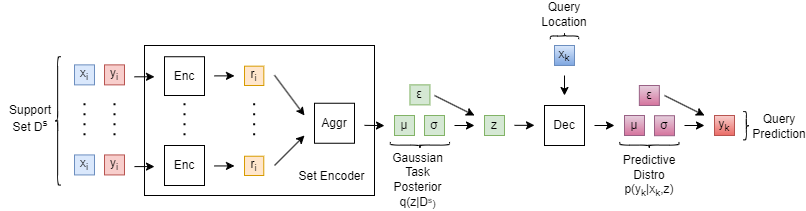
ChickNCurry/dvi-for-bml keeps this draw.io diagram as assets/diagrams/exports/neural-process.png. Above is the earlier version. Source tidied: cells renumbered, new cells last; positions are measured from the earlier drawing's top-left corner, leaving out a move shared by most shapes.
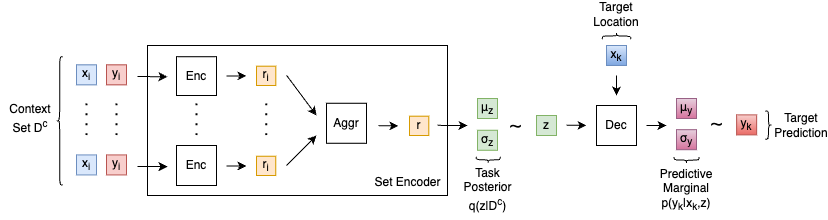
After the change.

What changed in the source:
```diff
@@ -3,193 +3,178 @@
     <mxCell id="0" />
     <mxCell id="1" parent="0" />
     <mxCell id="2" style="rounded=0;whiteSpace=wrap;html=1;" parent="1" vertex="1">
-      <mxGeometry x="144" y="40" width="230" height="150" as="geometry" />
+      <mxGeometry x="74" y="40" width="300" height="150" as="geometry" />
     </mxCell>
     <mxCell id="3" value="&lt;font color=&quot;#000000&quot;&gt;x&lt;sub&gt;i&lt;/sub&gt;&lt;/font&gt;" style="whiteSpace=wrap;html=1;fillColor=#dae8fc;strokeColor=#6c8ebf;" parent="1" vertex="1">
-      <mxGeometry x="74" y="59.4" width="20" height="20" as="geometry" />
+      <mxGeometry x="3" y="59.4" width="20" height="20" as="geometry" />
     </mxCell>
     <mxCell id="4" value="&lt;font color=&quot;#000000&quot;&gt;y&lt;sub&gt;i&lt;/sub&gt;&lt;/font&gt;" style="whiteSpace=wrap;html=1;fillColor=#f8cecc;strokeColor=#b85450;" parent="1" vertex="1">
-      <mxGeometry x="104" y="59.4" width="20" height="20" as="geometry" />
+      <mxGeometry x="33" y="59.4" width="20" height="20" as="geometry" />
     </mxCell>
     <mxCell id="5" value="&lt;font color=&quot;#000000&quot;&gt;x&lt;sub&gt;i&lt;/sub&gt;&lt;/font&gt;" style="whiteSpace=wrap;html=1;fillColor=#dae8fc;strokeColor=#6c8ebf;" parent="1" vertex="1">
-      <mxGeometry x="74" y="149.4" width="20" height="20" as="geometry" />
+      <mxGeometry x="3" y="149.4" width="20" height="20" as="geometry" />
     </mxCell>
     <mxCell id="6" value="&lt;font color=&quot;#000000&quot;&gt;y&lt;sub&gt;i&lt;/sub&gt;&lt;/font&gt;" style="whiteSpace=wrap;html=1;fillColor=#f8cecc;strokeColor=#b85450;" parent="1" vertex="1">
-      <mxGeometry x="104" y="149.4" width="20" height="20" as="geometry" />
+      <mxGeometry x="33" y="149.4" width="20" height="20" as="geometry" />
     </mxCell>
     <mxCell id="7" style="line;strokeWidth=2;direction=south;html=1;dashed=1;dashPattern=1 4;" parent="1" vertex="1">
-      <mxGeometry x="109" y="97.8" width="10" height="36" as="geometry" />
+      <mxGeometry x="38" y="97.8" width="10" height="36" as="geometry" />
     </mxCell>
     <mxCell id="8" style="endArrow=classic;html=1;" parent="1" edge="1">
       <mxGeometry relative="1" as="geometry">
-        <mxPoint x="134" y="71.3" as="sourcePoint" />
-        <mxPoint x="154" y="71.3" as="targetPoint" />
+        <mxPoint x="64" y="71" as="sourcePoint" />
+        <mxPoint x="94" y="71.3" as="targetPoint" />
       </mxGeometry>
     </mxCell>
     <mxCell id="9" style="endArrow=classic;html=1;" parent="1" edge="1">
       <mxGeometry relative="1" as="geometry">
-        <mxPoint x="134" y="161.1" as="sourcePoint" />
-        <mxPoint x="154" y="161.1" as="targetPoint" />
+        <mxPoint x="64" y="161" as="sourcePoint" />
+        <mxPoint x="94" y="161.1" as="targetPoint" />
       </mxGeometry>
     </mxCell>
     <mxCell id="10" style="endArrow=classic;html=1;" parent="1" edge="1">
       <mxGeometry relative="1" as="geometry">
-        <mxPoint x="214" y="70.4" as="sourcePoint" />
-        <mxPoint x="234" y="70.4" as="targetPoint" />
+        <mxPoint x="153" y="70.4" as="sourcePoint" />
+        <mxPoint x="173" y="70.4" as="targetPoint" />
       </mxGeometry>
     </mxCell>
     <mxCell id="11" style="endArrow=classic;html=1;" parent="1" edge="1">
       <mxGeometry relative="1" as="geometry">
-        <mxPoint x="214" y="160.4" as="sourcePoint" />
-        <mxPoint x="234" y="160.4" as="targetPoint" />
+        <mxPoint x="153" y="160.4" as="sourcePoint" />
+        <mxPoint x="173" y="160.4" as="targetPoint" />
       </mxGeometry>
     </mxCell>
     <mxCell id="12" value="&lt;font color=&quot;#000000&quot;&gt;r&lt;sub&gt;i&lt;/sub&gt;&lt;/font&gt;" style="whiteSpace=wrap;html=1;fillColor=#ffe6cc;strokeColor=#d79b00;" parent="1" vertex="1">
-      <mxGeometry x="244" y="60.7" width="19.3" height="19.3" as="geometry" />
+      <mxGeometry x="183" y="60.7" width="19.3" height="19.3" as="geometry" />
     </mxCell>
     <mxCell id="13" value="&lt;font color=&quot;#000000&quot;&gt;r&lt;sub&gt;i&lt;/sub&gt;&lt;/font&gt;" style="whiteSpace=wrap;html=1;fillColor=#ffe6cc;strokeColor=#d79b00;" parent="1" vertex="1">
-      <mxGeometry x="244" y="150.7" width="19.3" height="19.3" as="geometry" />
+      <mxGeometry x="183" y="150.7" width="19.3" height="19.3" as="geometry" />
     </mxCell>
     <mxCell id="14" style="line;strokeWidth=2;direction=south;html=1;dashed=1;dashPattern=1 4;" parent="1" vertex="1">
-      <mxGeometry x="179" y="97.8" width="10" height="36" as="geometry" />
+      <mxGeometry x="118" y="97.8" width="10" height="36" as="geometry" />
     </mxCell>
     <mxCell id="15" style="line;strokeWidth=2;direction=south;html=1;dashed=1;dashPattern=1 4;" parent="1" vertex="1">
-      <mxGeometry x="248.6" y="97.8" width="10" height="36" as="geometry" />
+      <mxGeometry x="187.6" y="97.8" width="10" height="36" as="geometry" />
     </mxCell>
     <mxCell id="16" style="endArrow=classic;html=1;" parent="1" edge="1">
       <mxGeometry relative="1" as="geometry">
-        <mxPoint x="274" y="69.7" as="sourcePoint" />
-        <mxPoint x="304" y="110" as="targetPoint" />
+        <mxPoint x="213" y="69.7" as="sourcePoint" />
+        <mxPoint x="243" y="110" as="targetPoint" />
       </mxGeometry>
     </mxCell>
     <mxCell id="17" style="endArrow=classic;html=1;" parent="1" edge="1">
       <mxGeometry relative="1" as="geometry">
-        <mxPoint x="274" y="160" as="sourcePoint" />
-        <mxPoint x="304" y="130" as="targetPoint" />
+        <mxPoint x="213" y="160" as="sourcePoint" />
+        <mxPoint x="243" y="130" as="targetPoint" />
       </mxGeometry>
     </mxCell>
     <mxCell id="18" value="Enc" style="rounded=0;whiteSpace=wrap;html=1;" parent="1" vertex="1">
-      <mxGeometry x="164" y="51.2" width="40" height="38.8" as="geometry" />
+      <mxGeometry x="103" y="51.2" width="40" height="38.8" as="geometry" />
     </mxCell>
     <mxCell id="19" value="Enc" style="rounded=0;whiteSpace=wrap;html=1;" parent="1" vertex="1">
-      <mxGeometry x="164" y="140" width="40" height="40" as="geometry" />
+      <mxGeometry x="103" y="140" width="40" height="40" as="geometry" />
     </mxCell>
     <mxCell id="20" value="Aggr" style="rounded=0;whiteSpace=wrap;html=1;" parent="1" vertex="1">
-      <mxGeometry x="314" y="97.8" width="40" height="40" as="geometry" />
+      <mxGeometry x="253" y="97.8" width="40" height="40" as="geometry" />
     </mxCell>
-    <mxCell id="21" value="μ" style="whiteSpace=wrap;html=1;fillColor=#d5e8d4;strokeColor=#82b366;fontColor=#000000;" parent="1" vertex="1">
-      <mxGeometry x="394" y="110" width="20" height="20" as="geometry" />
+    <mxCell id="21" value="μ&lt;sub&gt;z&lt;/sub&gt;" style="whiteSpace=wrap;html=1;fillColor=#d5e8d4;strokeColor=#82b366;fontColor=#000000;" parent="1" vertex="1">
+      <mxGeometry x="404" y="93" width="20" height="20" as="geometry" />
     </mxCell>
-    <mxCell id="22" value="σ" style="whiteSpace=wrap;html=1;fillColor=#d5e8d4;strokeColor=#82b366;fontColor=#000000;" parent="1" vertex="1">
-      <mxGeometry x="424" y="110" width="20" height="20" as="geometry" />
+    <mxCell id="22" value="σ&lt;sub&gt;z&lt;/sub&gt;" style="whiteSpace=wrap;html=1;fillColor=#d5e8d4;strokeColor=#82b366;fontColor=#000000;" parent="1" vertex="1">
+      <mxGeometry x="404" y="124.8" width="20" height="20" as="geometry" />
     </mxCell>
     <mxCell id="23" style="endArrow=classic;html=1;" parent="1" edge="1">
       <mxGeometry relative="1" as="geometry">
         <mxPoint x="364" y="119.9" as="sourcePoint" />
-        <mxPoint x="384" y="120.1" as="targetPoint" />
+        <mxPoint x="394" y="120" as="targetPoint" />
       </mxGeometry>
     </mxCell>
-    <mxCell id="24" style="endArrow=classic;html=1;" parent="1" edge="1">
-      <mxGeometry relative="1" as="geometry">
-        <mxPoint x="454" y="120" as="sourcePoint" />
-        <mxPoint x="474" y="120" as="targetPoint" />
-      </mxGeometry>
-    </mxCell>
     <mxCell id="25" value="&lt;font color=&quot;#000000&quot;&gt;z&lt;/font&gt;" style="whiteSpace=wrap;html=1;fillColor=#d5e8d4;strokeColor=#82b366;" parent="1" vertex="1">
-      <mxGeometry x="484" y="110" width="20" height="20" as="geometry" />
+      <mxGeometry x="463" y="110" width="20" height="20" as="geometry" />
     </mxCell>
-    <mxCell id="26" value="ε" style="whiteSpace=wrap;html=1;fillColor=#d5e8d4;strokeColor=#82b366;fontColor=#000000;" parent="1" vertex="1">
-      <mxGeometry x="409.4" y="79.4" width="20" height="20" as="geometry" />
-    </mxCell>
     <mxCell id="27" value="Set Encoder" style="text;html=1;strokeColor=none;fillColor=none;align=center;verticalAlign=middle;whiteSpace=wrap;rounded=0;" parent="1" vertex="1">
-      <mxGeometry x="294" y="160" width="75" height="22.1" as="geometry" />
+      <mxGeometry x="297" y="165.9" width="75" height="22.1" as="geometry" />
     </mxCell>
     <mxCell id="28" style="line;strokeWidth=2;direction=south;html=1;dashed=1;dashPattern=1 4;" parent="1" vertex="1">
-      <mxGeometry x="79" y="97.8" width="10" height="36" as="geometry" />
+      <mxGeometry x="8" y="97.8" width="10" height="36" as="geometry" />
     </mxCell>
     <mxCell id="29" style="endArrow=classic;html=1;" parent="1" edge="1">
       <mxGeometry relative="1" as="geometry">
-        <mxPoint x="514" y="119.8" as="sourcePoint" />
-        <mxPoint x="534" y="119.8" as="targetPoint" />
+        <mxPoint x="493" y="119.8" as="sourcePoint" />
+        <mxPoint x="513" y="119.8" as="targetPoint" />
       </mxGeometry>
     </mxCell>
     <mxCell id="30" style="endArrow=classic;html=1;" parent="1" edge="1">
       <mxGeometry relative="1" as="geometry">
-        <mxPoint x="564" y="70" as="sourcePoint" />
-        <mxPoint x="564" y="90" as="targetPoint" />
+        <mxPoint x="543" y="70" as="sourcePoint" />
+        <mxPoint x="543" y="90" as="targetPoint" />
       </mxGeometry>
     </mxCell>
     <mxCell id="31" value="&lt;font color=&quot;#000000&quot;&gt;x&lt;sub&gt;k&lt;/sub&gt;&lt;/font&gt;" style="whiteSpace=wrap;html=1;fillColor=#dae8fc;strokeColor=#6c8ebf;gradientColor=#7ea6e0;" parent="1" vertex="1">
-      <mxGeometry x="554" y="40" width="20" height="20" as="geometry" />
+      <mxGeometry x="533" y="40" width="20" height="20" as="geometry" />
     </mxCell>
     <mxCell id="32" value="Dec" style="rounded=0;whiteSpace=wrap;html=1;" parent="1" vertex="1">
-      <mxGeometry x="544" y="100" width="40" height="40" as="geometry" />
+      <mxGeometry x="523" y="100" width="40" height="40" as="geometry" />
     </mxCell>
-    <mxCell id="33" value="μ" style="whiteSpace=wrap;html=1;fillColor=#e6d0de;strokeColor=#996185;gradientColor=#d5739d;fontColor=#000000;" parent="1" vertex="1">
-      <mxGeometry x="624" y="110" width="20" height="20" as="geometry" />
+    <mxCell id="33" value="μ&lt;sub&gt;y&lt;/sub&gt;" style="whiteSpace=wrap;html=1;fillColor=#e6d0de;strokeColor=#996185;gradientColor=#d5739d;fontColor=#000000;" parent="1" vertex="1">
+      <mxGeometry x="603" y="93" width="20" height="20" as="geometry" />
     </mxCell>
-    <mxCell id="34" value="σ" style="whiteSpace=wrap;html=1;fillColor=#e6d0de;strokeColor=#996185;gradientColor=#d5739d;fontColor=#000000;" parent="1" vertex="1">
-      <mxGeometry x="654" y="110.2" width="20" height="20" as="geometry" />
+    <mxCell id="34" value="σ&lt;sub&gt;y&lt;/sub&gt;" style="whiteSpace=wrap;html=1;fillColor=#e6d0de;strokeColor=#996185;gradientColor=#d5739d;fontColor=#000000;" parent="1" vertex="1">
+      <mxGeometry x="603" y="124.2" width="20" height="20" as="geometry" />
     </mxCell>
     <mxCell id="35" style="endArrow=classic;html=1;" parent="1" edge="1">
       <mxGeometry relative="1" as="geometry">
-        <mxPoint x="594" y="120" as="sourcePoint" />
-        <mxPoint x="614" y="120" as="targetPoint" />
+        <mxPoint x="573" y="120" as="sourcePoint" />
+        <mxPoint x="593" y="120" as="targetPoint" />
       </mxGeometry>
     </mxCell>
-    <mxCell id="36" style="endArrow=classic;html=1;" parent="1" edge="1">
-      <mxGeometry relative="1" as="geometry">
-        <mxPoint x="664" y="90" as="sourcePoint" />
-        <mxPoint x="704" y="110" as="targetPoint" />
-      </mxGeometry>
-    </mxCell>
-    <mxCell id="37" style="endArrow=classic;html=1;" parent="1" edge="1">
-      <mxGeometry relative="1" as="geometry">
-        <mxPoint x="684" y="120" as="sourcePoint" />
-        <mxPoint x="704" y="120" as="targetPoint" />
-      </mxGeometry>
-    </mxCell>
     <mxCell id="38" value="&lt;font color=&quot;#000000&quot;&gt;y&lt;sub&gt;k&lt;/sub&gt;&lt;/font&gt;" style="whiteSpace=wrap;html=1;fillColor=#f8cecc;strokeColor=#b85450;gradientColor=#ea6b66;" parent="1" vertex="1">
-      <mxGeometry x="714" y="110" width="20" height="20" as="geometry" />
+      <mxGeometry x="663.1" y="109.4" width="20" height="20" as="geometry" />
     </mxCell>
-    <mxCell id="39" value="ε" style="whiteSpace=wrap;html=1;fillColor=#e6d0de;strokeColor=#996185;gradientColor=#d5739d;fontColor=#000000;" parent="1" vertex="1">
-      <mxGeometry x="638.9" y="80" width="20" height="20" as="geometry" />
-    </mxCell>
     <mxCell id="40" style="shape=curlyBracket;whiteSpace=wrap;html=1;rounded=1;labelPosition=left;verticalLabelPosition=middle;align=right;verticalAlign=middle;fontColor=#000000;rotation=0;" parent="1" vertex="1">
-      <mxGeometry x="54" y="51.2" width="6.3" height="128.3" as="geometry" />
+      <mxGeometry x="-17" y="51.2" width="6.3" height="128.3" as="geometry" />
     </mxCell>
-    <mxCell id="41" value="Support Set D&lt;sup&gt;s&lt;/sup&gt;" style="text;html=1;strokeColor=none;fillColor=none;align=center;verticalAlign=middle;whiteSpace=wrap;rounded=0;fontColor=#000000;" parent="1" vertex="1">
-      <mxGeometry x="0.3" y="97.8" width="60" height="30" as="geometry" />
+    <mxCell id="41" value="&lt;font style=&quot;font-size: 12px;&quot;&gt;Context Set D&lt;sup style=&quot;&quot;&gt;c&lt;/sup&gt;&lt;/font&gt;" style="text;html=1;strokeColor=none;fillColor=none;align=center;verticalAlign=middle;whiteSpace=wrap;rounded=0;fontColor=#000000;" parent="1" vertex="1">
+      <mxGeometry x="-72.7" y="97.8" width="60" height="30" as="geometry" />
     </mxCell>
     <mxCell id="42" style="shape=curlyBracket;whiteSpace=wrap;html=1;rounded=1;labelPosition=left;verticalLabelPosition=middle;align=right;verticalAlign=middle;fontColor=#000000;rotation=90;" parent="1" vertex="1">
-      <mxGeometry x="560.9" y="16.3" width="6.3" height="28.3" as="geometry" />
+      <mxGeometry x="539.9" y="16.3" width="6.3" height="28.3" as="geometry" />
     </mxCell>
-    <mxCell id="43" value="Query Location" style="text;html=1;strokeColor=none;fillColor=none;align=center;verticalAlign=middle;whiteSpace=wrap;rounded=0;fontColor=#000000;" parent="1" vertex="1">
-      <mxGeometry x="544" width="40" height="18.3" as="geometry" />
+    <mxCell id="43" value="Target Location" style="text;html=1;strokeColor=none;fillColor=none;align=center;verticalAlign=middle;whiteSpace=wrap;rounded=0;fontColor=#000000;" parent="1" vertex="1">
+      <mxGeometry x="523" width="40" height="18.3" as="geometry" />
     </mxCell>
     <mxCell id="44" style="shape=curlyBracket;whiteSpace=wrap;html=1;rounded=1;labelPosition=left;verticalLabelPosition=middle;align=right;verticalAlign=middle;fontColor=#000000;rotation=-90;" parent="1" vertex="1">
-      <mxGeometry x="416.3" y="110" width="6.3" height="59.2" as="geometry" />
+      <mxGeometry x="411.6" y="142.4" width="6.3" height="24" as="geometry" />
     </mxCell>
-    <mxCell id="45" value="Gaussian Task Posterior q(z|D&lt;span style=&quot;font-size: 10px;&quot;&gt;&lt;sup&gt;s&lt;/sup&gt;)&lt;/span&gt;" style="text;html=1;strokeColor=none;fillColor=none;align=center;verticalAlign=middle;whiteSpace=wrap;rounded=0;fontColor=#000000;" parent="1" vertex="1">
-      <mxGeometry x="381" y="144.5" width="73" height="60" as="geometry" />
+    <mxCell id="45" value="&lt;font style=&quot;font-size: 12px;&quot;&gt;Task Posterior q(z|D&lt;sup&gt;c&lt;/sup&gt;)&lt;/font&gt;" style="text;html=1;strokeColor=none;fillColor=none;align=center;verticalAlign=middle;whiteSpace=wrap;rounded=0;fontColor=#000000;" parent="1" vertex="1">
+      <mxGeometry x="378.3" y="153.7" width="73" height="60" as="geometry" />
     </mxCell>
-    <mxCell id="46" style="endArrow=classic;html=1;" parent="1" edge="1">
-      <mxGeometry relative="1" as="geometry">
-        <mxPoint x="434" y="90" as="sourcePoint" />
-        <mxPoint x="474" y="110" as="targetPoint" />
-      </mxGeometry>
-    </mxCell>
     <mxCell id="47" style="shape=curlyBracket;whiteSpace=wrap;html=1;rounded=1;labelPosition=left;verticalLabelPosition=middle;align=right;verticalAlign=middle;fontColor=#000000;rotation=-90;" parent="1" vertex="1">
-      <mxGeometry x="645.7" y="110" width="6.3" height="59.2" as="geometry" />
+      <mxGeometry x="609.9" y="142.1" width="6.3" height="25" as="geometry" />
     </mxCell>
-    <mxCell id="48" value="Predictive Distro p(y&lt;sub&gt;k&lt;/sub&gt;&lt;span style=&quot;font-size: 12px;&quot;&gt;|x&lt;sub&gt;k&lt;/sub&gt;,z)&lt;/span&gt;" style="text;html=1;strokeColor=none;fillColor=none;align=center;verticalAlign=middle;whiteSpace=wrap;rounded=0;fontColor=#000000;fontSize=12;" parent="1" vertex="1">
-      <mxGeometry x="618.9" y="148.3" width="60" height="45.6" as="geometry" />
+    <mxCell id="48" value="&lt;font style=&quot;font-size: 12px;&quot;&gt;Predictive Marginal p(y&lt;sub&gt;k&lt;/sub&gt;|x&lt;sub style=&quot;&quot;&gt;k&lt;/sub&gt;,z)&lt;/font&gt;" style="text;html=1;strokeColor=none;fillColor=none;align=center;verticalAlign=middle;whiteSpace=wrap;rounded=0;fontColor=#000000;fontSize=12;" parent="1" vertex="1">
+      <mxGeometry x="583" y="161" width="60" height="45.6" as="geometry" />
     </mxCell>
     <mxCell id="49" style="shape=curlyBracket;whiteSpace=wrap;html=1;rounded=1;labelPosition=left;verticalLabelPosition=middle;align=right;verticalAlign=middle;fontColor=#000000;rotation=-180;" parent="1" vertex="1">
-      <mxGeometry x="742.7" y="106.1" width="6.3" height="28.3" as="geometry" />
+      <mxGeometry x="691.9" y="105.4" width="6.3" height="28.3" as="geometry" />
     </mxCell>
-    <mxCell id="50" value="Query Prediction" style="text;html=1;strokeColor=none;fillColor=none;align=center;verticalAlign=middle;whiteSpace=wrap;rounded=0;fontColor=#000000;" parent="1" vertex="1">
-      <mxGeometry x="754" y="111.7" width="50" height="18.3" as="geometry" />
+    <mxCell id="50" value="Target Prediction" style="text;html=1;strokeColor=none;fillColor=none;align=center;verticalAlign=middle;whiteSpace=wrap;rounded=0;fontColor=#000000;" parent="1" vertex="1">
+      <mxGeometry x="703.1" y="111.3" width="50" height="18.3" as="geometry" />
     </mxCell>
+    <mxCell id="51" value="&lt;font color=&quot;#000000&quot;&gt;r&lt;/font&gt;" style="whiteSpace=wrap;html=1;fillColor=#ffe6cc;strokeColor=#d79b00;" parent="1" vertex="1">
+      <mxGeometry x="336" y="110.7" width="19.3" height="19.3" as="geometry" />
+    </mxCell>
+    <mxCell id="52" style="endArrow=classic;html=1;" parent="1" edge="1">
+      <mxGeometry relative="1" as="geometry">
+        <mxPoint x="305" y="120.3" as="sourcePoint" />
+        <mxPoint x="325" y="120.3" as="targetPoint" />
+      </mxGeometry>
+    </mxCell>
+    <mxCell id="53" value="&lt;font style=&quot;font-size: 25px;&quot;&gt;∼&lt;/font&gt;" style="text;html=1;strokeColor=none;fillColor=none;align=center;verticalAlign=middle;whiteSpace=wrap;rounded=0;fontSize=12;" parent="1" vertex="1">
+      <mxGeometry x="425.4" y="112" width="34.6" height="10.2" as="geometry" />
+    </mxCell>
+    <mxCell id="54" value="&lt;font style=&quot;font-size: 25px;&quot;&gt;∼&lt;/font&gt;" style="text;html=1;strokeColor=none;fillColor=none;align=center;verticalAlign=middle;whiteSpace=wrap;rounded=0;fontSize=12;" parent="1" vertex="1">
+      <mxGeometry x="626" y="110.4" width="34.6" height="10.2" as="geometry" />
+    </mxCell>
   </root>
 </mxGraphModel>
```
